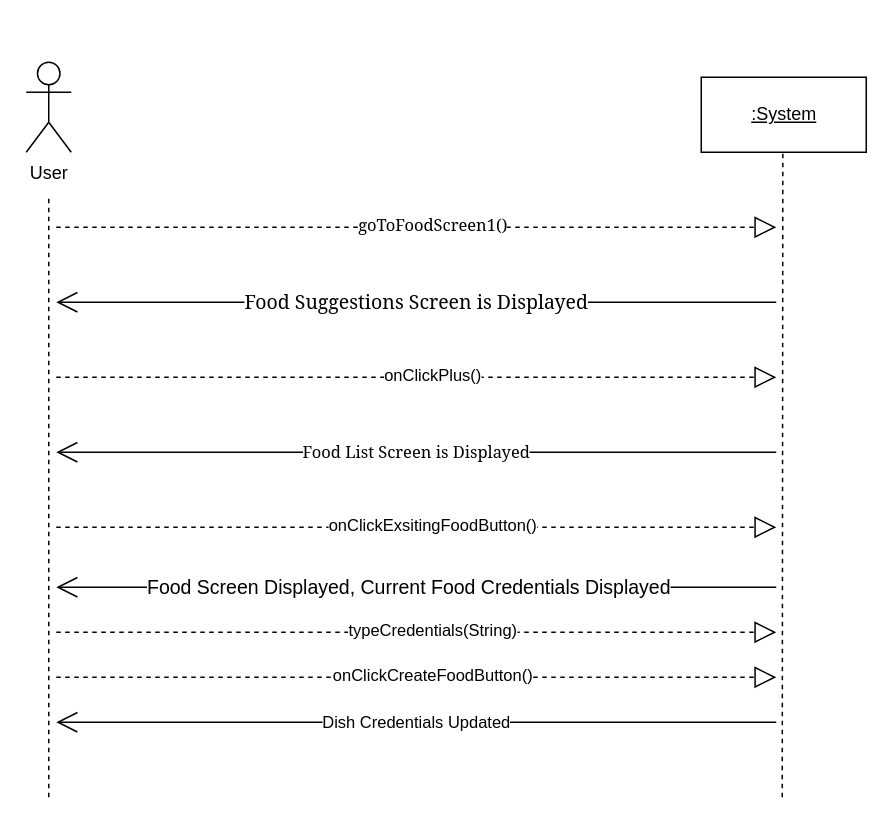
Earlier version of the draw.io diagram SSD - Edit Food Dish Credentials.drawio (Esaied19/Team-Albatross). Source tidied: cells renumbered, new cells numbered last; positions are measured from the earlier drawing's top-left corner, leaving out a move shared by most shapes. Both pictures are drawn from the tidied source at 150%, with x=0, y=0 at pixel (26, 62).
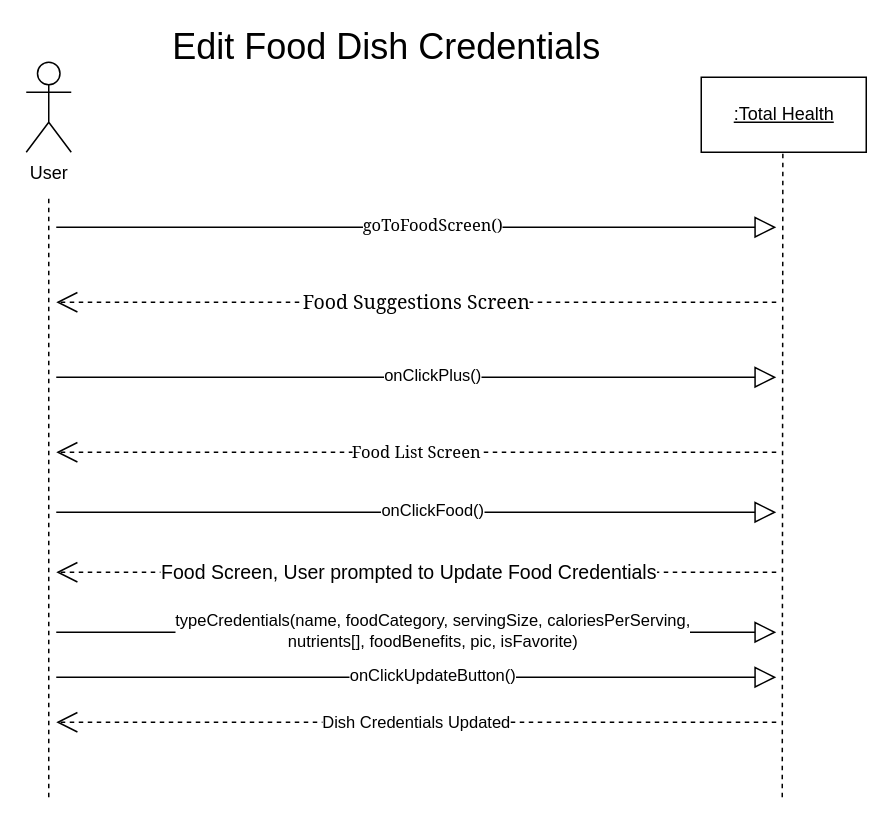
The same diagram, later.

Change to the diagram source:
```diff
@@
-    <mxCell id="3" value="&lt;u&gt;:System&lt;/u&gt;" style="html=1;" parent="1" vertex="1">
+    <mxCell id="3" value="&lt;u&gt;:Total Health&lt;br&gt;&lt;/u&gt;" style="html=1;" parent="1" vertex="1">
       <mxGeometry x="450" y="10" width="110" height="50" as="geometry" />
     </mxCell>
@@
-    <mxCell id="6" value="&lt;font face=&quot;Georgia&quot;&gt;&lt;br&gt;&lt;span style=&quot;font-size: 13px ; color: rgb(0 , 0 , 0) ; font-weight: normal ; text-decoration: none ; font-style: normal&quot;&gt;Food Suggestions Screen is Displayed&lt;/span&gt;&lt;br&gt;&lt;br&gt;&lt;/font&gt;" style="endArrow=open;endFill=1;endSize=12;html=1;rounded=0;" parent="1" edge="1">
+    <mxCell id="6" value="&lt;font face=&quot;Georgia&quot;&gt;&lt;span style=&quot;font-size: 13px ; color: rgb(0 , 0 , 0) ; font-weight: normal ; text-decoration: none ; font-style: normal&quot;&gt;Food Suggestions Screen &lt;/span&gt;&lt;br&gt;&lt;/font&gt;" style="endArrow=open;endFill=1;endSize=12;html=1;rounded=0;dashed=1;" parent="1" edge="1">
       <mxGeometry relative="1" as="geometry">
         <mxPoint x="500" y="160" as="sourcePoint" />
         <mxPoint x="20" y="160" as="targetPoint" />
       </mxGeometry>
     </mxCell>
-    <mxCell id="7" style="endArrow=block;dashed=1;endFill=0;endSize=12;html=1;rounded=0;" parent="1" edge="1">
+    <mxCell id="7" style="endArrow=block;endFill=0;endSize=12;html=1;rounded=0;" parent="1" edge="1">
       <mxGeometry relative="1" as="geometry">
         <mxPoint x="20" y="110" as="sourcePoint" />
         <mxPoint x="500" y="110" as="targetPoint" />
       </mxGeometry>
     </mxCell>
-    <mxCell id="8" value="&lt;font face=&quot;Georgia&quot;&gt;goToFoodScreen1()&lt;/font&gt;" style="edgeLabel;html=1;align=center;verticalAlign=middle;" parent="7" vertex="1">
+    <mxCell id="8" value="&lt;font face=&quot;Georgia&quot;&gt;goToFoodScreen()&lt;/font&gt;" style="edgeLabel;html=1;align=center;verticalAlign=middle;" parent="7" vertex="1">
       <mxGeometry x="0.04" y="2" relative="1" as="geometry" />
     </mxCell>
-    <mxCell id="9" style="endArrow=block;dashed=1;endFill=0;endSize=12;html=1;rounded=0;" parent="1" edge="1">
+    <mxCell id="9" style="endArrow=block;endFill=0;endSize=12;html=1;rounded=0;" parent="1" edge="1">
       <mxGeometry relative="1" as="geometry">
         <mxPoint x="20" y="210" as="sourcePoint" />
         <mxPoint x="500" y="210" as="targetPoint" />
       </mxGeometry>
     </mxCell>
@@
-    <mxCell id="11" value="&lt;font face=&quot;Georgia&quot;&gt;Food List Screen is Displayed&lt;/font&gt;" style="endArrow=open;endFill=1;endSize=12;html=1;rounded=0;" parent="1" edge="1">
+    <mxCell id="11" value="&lt;font face=&quot;Georgia&quot;&gt;Food List Screen&lt;br&gt;&lt;/font&gt;" style="endArrow=open;endFill=1;endSize=12;html=1;rounded=0;dashed=1;" parent="1" edge="1">
       <mxGeometry relative="1" as="geometry">
         <mxPoint x="500" y="260" as="sourcePoint" />
         <mxPoint x="20" y="260" as="targetPoint" />
       </mxGeometry>
     </mxCell>
-    <mxCell id="12" value="&lt;div&gt;&lt;span style=&quot;font-size: 13px ; color: #000000 ; font-weight: normal ; text-decoration: none ; font-family: &amp;#34;arial&amp;#34; ; font-style: normal&quot;&gt;Food Screen Displayed, &lt;/span&gt;&lt;span style=&quot;font-size: 13px ; color: #000000 ; font-weight: normal ; text-decoration: none ; font-family: &amp;#34;arial&amp;#34; ; font-style: normal&quot;&gt;Current Food Credentials Displayed&lt;/span&gt;&lt;span style=&quot;font-size: 13px ; color: #000000 ; font-weight: normal ; text-decoration: none ; font-family: &amp;#34;arial&amp;#34; ; font-style: normal&quot;&gt;&lt;/span&gt;&lt;/div&gt;" style="endArrow=open;endFill=1;endSize=12;html=1;rounded=0;" parent="1" edge="1">
+    <mxCell id="12" value="&lt;span style=&quot;font-size: 13px ; color: rgb(0 , 0 , 0) ; font-weight: normal ; font-family: &amp;#34;arial&amp;#34; ; font-style: normal&quot;&gt;Food Screen, User prompted to Update Food Credentials&lt;/span&gt;" style="endArrow=open;endFill=1;endSize=12;html=1;rounded=0;dashed=1;" parent="1" edge="1">
       <mxGeometry x="0.02" relative="1" as="geometry">
-        <mxPoint x="500" y="350" as="sourcePoint" />
-        <mxPoint x="20" y="350" as="targetPoint" />
+        <mxPoint x="500" y="340" as="sourcePoint" />
+        <mxPoint x="20" y="340" as="targetPoint" />
       </mxGeometry>
     </mxCell>
-    <mxCell id="13" value="Dish Credentials Updated" style="endArrow=open;endFill=1;endSize=12;html=1;rounded=0;" parent="1" edge="1">
+    <mxCell id="13" value="Dish Credentials Updated" style="endArrow=open;endFill=1;endSize=12;html=1;rounded=0;dashed=1;" parent="1" edge="1">
       <mxGeometry relative="1" as="geometry">
         <mxPoint x="500" y="440" as="sourcePoint" />
         <mxPoint x="20" y="440" as="targetPoint" />
       </mxGeometry>
     </mxCell>
-    <mxCell id="14" style="endArrow=block;dashed=1;endFill=0;endSize=12;html=1;rounded=0;" parent="1" edge="1">
+    <mxCell id="14" style="endArrow=block;endFill=0;endSize=12;html=1;rounded=0;" parent="1" edge="1">
       <mxGeometry relative="1" as="geometry">
         <mxPoint x="20" y="380" as="sourcePoint" />
         <mxPoint x="500" y="380" as="targetPoint" />
       </mxGeometry>
     </mxCell>
-    <mxCell id="15" value="typeCredentials(String)" style="edgeLabel;html=1;align=center;verticalAlign=middle;" parent="14" vertex="1">
+    <mxCell id="15" value="&lt;div&gt;typeCredentials(name, foodCategory, servingSize, caloriesPerServing, &lt;br&gt;&lt;/div&gt;&lt;div&gt;nutrients[], foodBenefits, pic, isFavorite)&lt;/div&gt;" style="edgeLabel;html=1;align=center;verticalAlign=middle;" parent="14" vertex="1">
       <mxGeometry x="0.04" y="2" relative="1" as="geometry" />
     </mxCell>
-    <mxCell id="16" style="endArrow=block;dashed=1;endFill=0;endSize=12;html=1;rounded=0;" parent="1" edge="1">
+    <mxCell id="16" style="endArrow=block;endFill=0;endSize=12;html=1;rounded=0;" parent="1" edge="1">
       <mxGeometry relative="1" as="geometry">
-        <mxPoint x="20" y="310" as="sourcePoint" />
-        <mxPoint x="500" y="310" as="targetPoint" />
+        <mxPoint x="20" y="300" as="sourcePoint" />
+        <mxPoint x="500" y="300" as="targetPoint" />
       </mxGeometry>
     </mxCell>
-    <mxCell id="17" value="onClickExsitingFoodButton()" style="edgeLabel;html=1;align=center;verticalAlign=middle;" parent="16" vertex="1">
+    <mxCell id="17" value="onClickFood()" style="edgeLabel;html=1;align=center;verticalAlign=middle;" parent="16" vertex="1">
       <mxGeometry x="0.04" y="2" relative="1" as="geometry" />
     </mxCell>
-    <mxCell id="18" style="endArrow=block;dashed=1;endFill=0;endSize=12;html=1;rounded=0;" parent="1" edge="1">
+    <mxCell id="18" style="endArrow=block;endFill=0;endSize=12;html=1;rounded=0;" parent="1" edge="1">
       <mxGeometry relative="1" as="geometry">
         <mxPoint x="20" y="410" as="sourcePoint" />
         <mxPoint x="500" y="410" as="targetPoint" />
       </mxGeometry>
     </mxCell>
-    <mxCell id="19" value="onClickCreateFoodButton()" style="edgeLabel;html=1;align=center;verticalAlign=middle;" parent="18" vertex="1">
+    <mxCell id="19" value="onClickUpdateButton()" style="edgeLabel;html=1;align=center;verticalAlign=middle;" parent="18" vertex="1">
       <mxGeometry x="0.04" y="2" relative="1" as="geometry" />
     </mxCell>
+    <mxCell id="20" value="&lt;font style=&quot;font-size: 24px&quot;&gt;Edit Food Dish Credentials&lt;br&gt;&lt;/font&gt;" style="text;html=1;align=center;verticalAlign=middle;strokeColor=none;fillColor=none;" parent="1" vertex="1">
+      <mxGeometry x="90" y="-20" width="300" height="20" as="geometry" />
+    </mxCell>
```
